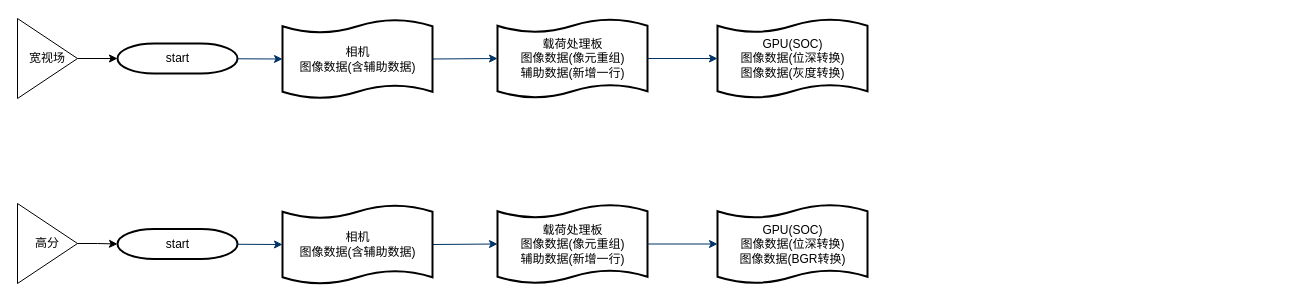
Above: 数据流程.drawio in hhwjsw711/- (draw.io), before the change. Source tidied: cells renumbered, new cells numbered last; positions are measured from the earlier drawing's top-left corner, leaving out a move shared by most shapes. Both pictures are drawn from the tidied source at 100%, with x=0, y=0 at pixel (17, 17).
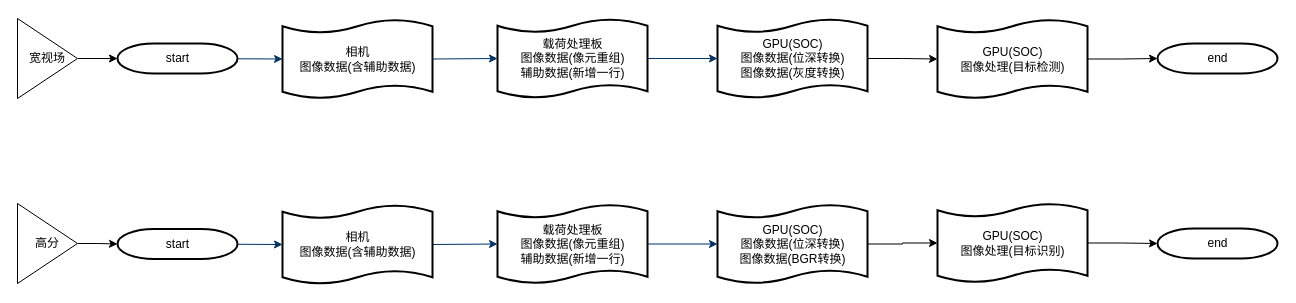
After the change.

Unchanged cells that the change refers to:
```xml
<mxCell id="7" value="GPU(SOC)&lt;br&gt;图像数据(位深转换)&lt;br&gt;图像数据(灰度转换)" style="shape=mxgraph.flowchart.paper_tape;strokeWidth=2;gradientColor=none;gradientDirection=north;fontStyle=0;html=1;" parent="1" vertex="1">
  <mxGeometry x="700" y="0.5" width="150" height="81" as="geometry" />
</mxCell>
<mxCell id="14" value="GPU(SOC)&lt;br&gt;图像数据(位深转换)&lt;br&gt;图像数据(BGR转换)" style="shape=mxgraph.flowchart.paper_tape;strokeWidth=2;gradientColor=none;gradientDirection=north;fontStyle=0;html=1;" parent="1" vertex="1">
  <mxGeometry x="700" y="186" width="150" height="81" as="geometry" />
</mxCell>
```

Change to the diagram source:
```diff
@@
+    <mxCell id="20" style="edgeStyle=orthogonalEdgeStyle;rounded=0;jettySize=auto;html=1;" parent="1" edge="1" source="7" target="25">
+      <mxGeometry relative="1" as="geometry" />
+    </mxCell>
@@
+    <mxCell id="21" style="edgeStyle=orthogonalEdgeStyle;rounded=0;jettySize=auto;html=1;" parent="1" edge="1" source="14" target="27">
+      <mxGeometry relative="1" as="geometry" />
+    </mxCell>
@@
+    <mxCell id="22" value="end" style="shape=mxgraph.flowchart.terminator;strokeWidth=2;gradientColor=none;gradientDirection=north;fontStyle=0;html=1;" parent="1" vertex="1">
+      <mxGeometry x="1140" y="26" width="120" height="30" as="geometry" />
+    </mxCell>
+    <mxCell id="23" value="end" style="shape=mxgraph.flowchart.terminator;strokeWidth=2;gradientColor=none;gradientDirection=north;fontStyle=0;html=1;" parent="1" vertex="1">
+      <mxGeometry x="1140" y="211" width="120" height="30" as="geometry" />
+    </mxCell>
+    <mxCell id="24" style="edgeStyle=orthogonalEdgeStyle;rounded=0;jettySize=auto;html=1;" parent="1" edge="1" source="25" target="22">
+      <mxGeometry relative="1" as="geometry" />
+    </mxCell>
+    <mxCell id="25" value="GPU(SOC)&lt;br&gt;图像处理(目标检测)" style="shape=mxgraph.flowchart.paper_tape;strokeWidth=2;gradientColor=none;gradientDirection=north;fontStyle=0;html=1;" parent="1" vertex="1">
+      <mxGeometry x="920" y="1" width="150" height="81" as="geometry" />
+    </mxCell>
+    <mxCell id="26" style="edgeStyle=orthogonalEdgeStyle;rounded=0;jettySize=auto;html=1;" parent="1" edge="1" source="27" target="23">
+      <mxGeometry relative="1" as="geometry" />
+    </mxCell>
+    <mxCell id="27" value="GPU(SOC)&lt;br&gt;图像处理(目标识别)" style="shape=mxgraph.flowchart.paper_tape;strokeWidth=2;gradientColor=none;gradientDirection=north;fontStyle=0;html=1;" parent="1" vertex="1">
+      <mxGeometry x="920" y="185" width="150" height="81" as="geometry" />
+    </mxCell>
```
